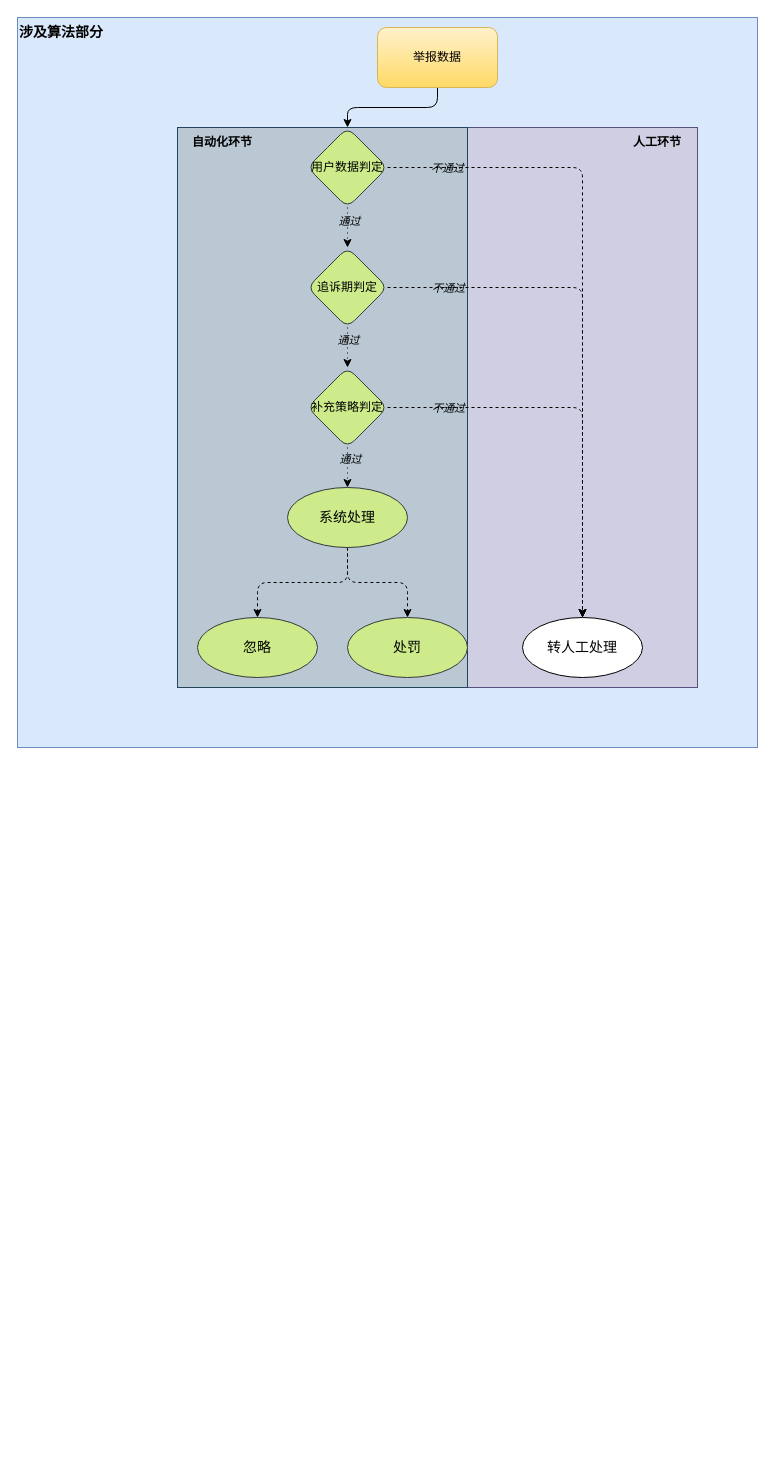
startarhwa/hello-world keeps this draw.io diagram as app.diagrams.net/Untitled Diagram.drawio. Above is the earlier version. Source tidied: cells renumbered, new cells numbered last; positions are measured from the earlier drawing's top-left corner, leaving out a move shared by most shapes. Both pictures are drawn from the tidied source at 100%, with x=0, y=0 at pixel (17, 17).
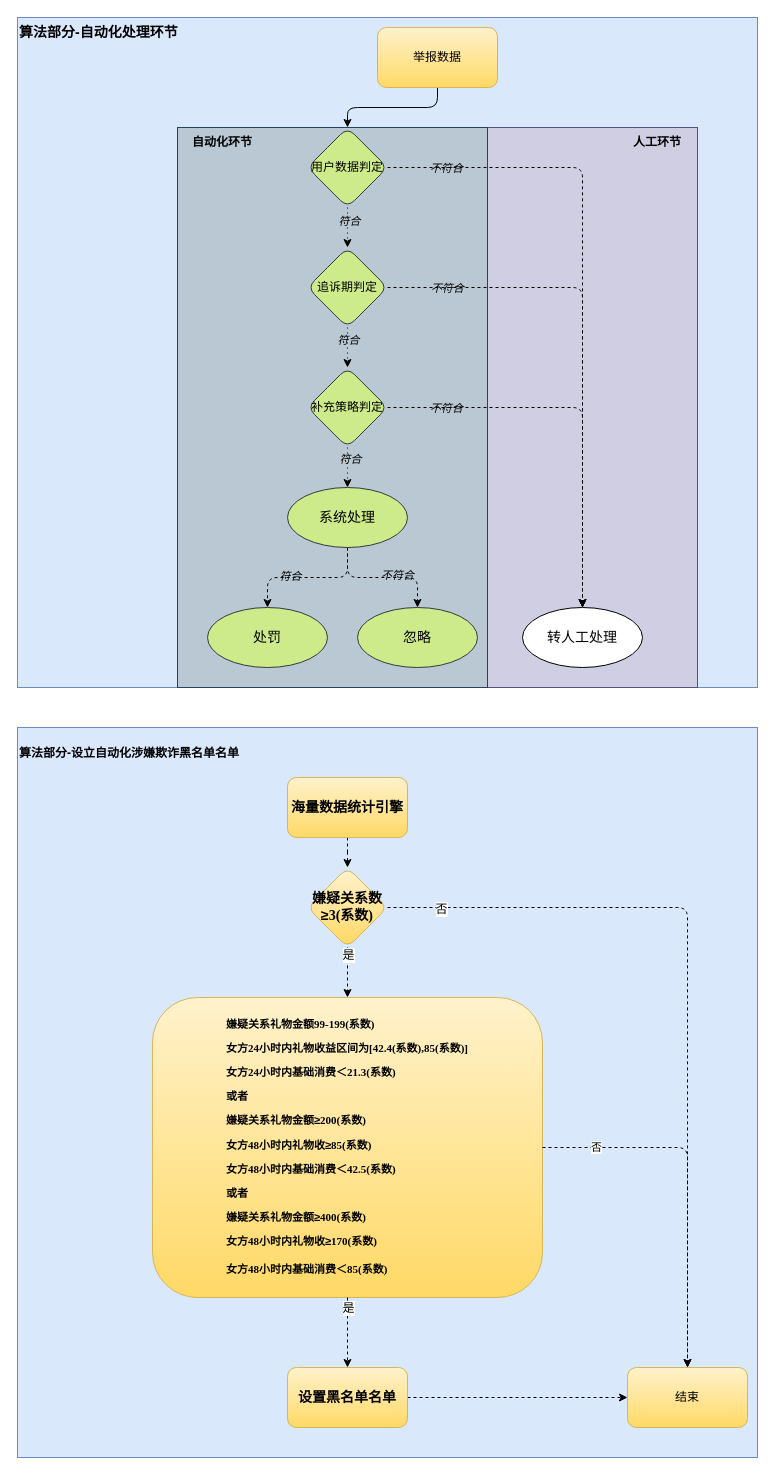
The same page after the edit.

The change refers to these unchanged cells:
```xml
<mxCell id="9" style="edgeStyle=orthogonalEdgeStyle;rounded=0;jettySize=auto;html=1;entryX=0.5;entryY=0;entryDx=0;entryDy=0;dashed=1;dashPattern=1 4;" parent="1" edge="1" source="13" target="18">
  <mxGeometry relative="1" as="geometry" />
</mxCell>
<mxCell id="11" style="edgeStyle=orthogonalEdgeStyle;rounded=1;jettySize=auto;html=1;entryX=0.5;entryY=0;entryDx=0;entryDy=0;labelBackgroundColor=default;dashed=1;" parent="1" edge="1" source="13" target="27">
  <mxGeometry relative="1" as="geometry" />
</mxCell>
<mxCell id="14" style="edgeStyle=orthogonalEdgeStyle;rounded=0;jettySize=auto;html=1;dashed=1;dashPattern=1 4;" parent="1" edge="1" source="18" target="23">
  <mxGeometry relative="1" as="geometry" />
</mxCell>
<mxCell id="16" style="edgeStyle=orthogonalEdgeStyle;rounded=1;jettySize=auto;html=1;entryX=0.5;entryY=0;entryDx=0;entryDy=0;dashed=1;" parent="1" edge="1" source="18" target="27">
  <mxGeometry relative="1" as="geometry" />
</mxCell>
<mxCell id="19" style="edgeStyle=orthogonalEdgeStyle;rounded=0;jettySize=auto;html=1;dashed=1;dashPattern=1 4;" parent="1" edge="1" source="23" target="26">
  <mxGeometry relative="1" as="geometry" />
</mxCell>
<mxCell id="21" style="edgeStyle=orthogonalEdgeStyle;rounded=1;jettySize=auto;html=1;dashed=1;entryX=0.5;entryY=0;entryDx=0;entryDy=0;" parent="1" edge="1" source="23" target="27">
  <mxGeometry relative="1" as="geometry" />
</mxCell>
<mxCell id="24" style="edgeStyle=orthogonalEdgeStyle;rounded=1;jettySize=auto;html=1;labelBackgroundColor=default;dashed=1;" parent="1" edge="1" source="26" target="30">
  <mxGeometry relative="1" as="geometry" />
</mxCell>
<mxCell id="25" style="edgeStyle=orthogonalEdgeStyle;rounded=1;jettySize=auto;html=1;labelBackgroundColor=default;dashed=1;" parent="1" edge="1" source="26" target="31">
  <mxGeometry relative="1" as="geometry" />
</mxCell>
```

Diff of the diagram source:
```diff
@@
+    <mxCell id="32" value="&lt;p class=&quot;MsoNormal&quot; style=&quot;font-size: 12px&quot;&gt;&lt;span style=&quot;font-size: 12px&quot;&gt;&lt;span style=&quot;font-size: 12px&quot;&gt;&lt;font face=&quot;宋体&quot; style=&quot;font-size: 12px ; line-height: 1.2&quot;&gt;算法部分-设立自动化涉嫌欺诈黑名单名单&lt;/font&gt;&lt;/span&gt;&lt;/span&gt;&lt;/p&gt;" style="rounded=0;whiteSpace=wrap;html=1;labelBackgroundColor=none;labelBorderColor=none;verticalAlign=top;align=left;fontStyle=1;fontSize=12;labelPosition=center;verticalLabelPosition=middle;fillColor=#dae8fc;strokeColor=#6c8ebf;" parent="1" vertex="1">
+      <mxGeometry y="710" width="740" height="730" as="geometry" />
+    </mxCell>
-    <mxCell id="2" value="涉及算法部分" style="text;html=1;strokeColor=#6c8ebf;fillColor=#dae8fc;align=left;verticalAlign=top;whiteSpace=wrap;fontSize=14;fontStyle=1;" parent="1" vertex="1">
-      <mxGeometry width="740" height="730" as="geometry" />
+    <mxCell id="2" value="算法部分-自动化处理环节" style="text;html=1;strokeColor=#6c8ebf;fillColor=#dae8fc;align=left;verticalAlign=top;whiteSpace=wrap;fontSize=14;fontStyle=1;" parent="1" vertex="1">
+      <mxGeometry width="740" height="670" as="geometry" />
     </mxCell>
@@
     <mxCell id="6" style="rounded=0;whiteSpace=wrap;html=1;fillColor=#bac8d3;strokeColor=#23445d;" parent="1" vertex="1">
-      <mxGeometry x="160" y="110" width="290" height="560" as="geometry" />
+      <mxGeometry x="160" y="110" width="310" height="560" as="geometry" />
     </mxCell>
@@
-    <mxCell id="10" value="通过" style="edgeLabel;html=1;align=center;verticalAlign=middle;labelBackgroundColor=none;fontStyle=2;" parent="9" vertex="1">
+    <mxCell id="10" value="符合" style="edgeLabel;html=1;align=center;verticalAlign=middle;labelBackgroundColor=none;fontStyle=2;" parent="9" vertex="1">
       <mxGeometry x="-0.36" y="1" relative="1" as="geometry" />
     </mxCell>
@@
-    <mxCell id="12" value="不通过" style="edgeLabel;align=center;verticalAlign=middle;labelBackgroundColor=none;labelBorderColor=none;fontStyle=2;html=1;" parent="11" vertex="1">
+    <mxCell id="12" value="不符合" style="edgeLabel;align=center;verticalAlign=middle;labelBackgroundColor=none;labelBorderColor=none;fontStyle=2;html=1;" parent="11" vertex="1">
       <mxGeometry x="-0.83" relative="1" as="geometry">
         <mxPoint x="4" as="offset" />
       </mxGeometry>
     </mxCell>
@@
-    <mxCell id="15" value="通过" style="edgeLabel;html=1;align=center;verticalAlign=middle;labelBackgroundColor=none;fontStyle=2;" parent="14" vertex="1">
+    <mxCell id="15" value="符合" style="edgeLabel;html=1;align=center;verticalAlign=middle;labelBackgroundColor=none;fontStyle=2;" parent="14" vertex="1">
       <mxGeometry x="-0.38" relative="1" as="geometry" />
     </mxCell>
@@
-    <mxCell id="17" value="不通过" style="edgeLabel;html=1;align=center;verticalAlign=middle;labelBackgroundColor=none;fontStyle=2;" parent="16" vertex="1">
+    <mxCell id="17" value="不符合" style="edgeLabel;html=1;align=center;verticalAlign=middle;labelBackgroundColor=none;fontStyle=2;" parent="16" vertex="1">
       <mxGeometry x="-0.79" y="-3" relative="1" as="geometry">
         <mxPoint x="5" y="-3" as="offset" />
       </mxGeometry>
     </mxCell>
@@
-    <mxCell id="20" value="通过" style="edgeLabel;html=1;align=center;verticalAlign=middle;labelBackgroundColor=none;fontStyle=2;" parent="19" vertex="1">
+    <mxCell id="20" value="符合" style="edgeLabel;html=1;align=center;verticalAlign=middle;labelBackgroundColor=none;fontStyle=2;" parent="19" vertex="1">
       <mxGeometry x="-0.43" y="2" relative="1" as="geometry" />
     </mxCell>
@@
-    <mxCell id="22" value="不通过" style="edgeLabel;html=1;align=center;verticalAlign=middle;labelBackgroundColor=none;fontStyle=2;" parent="21" vertex="1">
+    <mxCell id="22" value="不符合" style="edgeLabel;html=1;align=center;verticalAlign=middle;labelBackgroundColor=none;fontStyle=2;" parent="21" vertex="1">
       <mxGeometry x="-0.71" y="1" relative="1" as="geometry">
         <mxPoint x="1" y="1" as="offset" />
       </mxGeometry>
     </mxCell>
@@
+    <mxCell id="33" value="不符合" style="edgeLabel;html=1;align=center;verticalAlign=middle;labelBackgroundColor=none;fontStyle=2;" parent="24" vertex="1">
+      <mxGeometry x="0.22" y="3" relative="1" as="geometry" />
+    </mxCell>
@@
+    <mxCell id="34" value="&lt;span style=&quot;&quot;&gt;符合&lt;/span&gt;" style="edgeLabel;html=1;align=center;verticalAlign=middle;labelBackgroundColor=none;fontStyle=2;" parent="25" vertex="1">
+      <mxGeometry x="0.25" y="-2" relative="1" as="geometry" />
+    </mxCell>
@@
     <mxCell id="27" value="&lt;span style=&quot;font-size: 14px&quot;&gt;转人工处理&lt;/span&gt;" style="ellipse;whiteSpace=wrap;html=1;rounded=1;" parent="1" vertex="1">
-      <mxGeometry x="505" y="600" width="120" height="60" as="geometry" />
+      <mxGeometry x="505" y="590" width="120" height="60" as="geometry" />
     </mxCell>
@@
     <mxCell id="30" value="&lt;p class=&quot;MsoNormal&quot;&gt;&lt;span&gt;&lt;span style=&quot;font-size: 10.5000pt&quot;&gt;&lt;font face=&quot;宋体&quot;&gt;忽略&lt;/font&gt;&lt;/span&gt;&lt;/span&gt;&lt;/p&gt;" style="ellipse;whiteSpace=wrap;html=1;rounded=1;fillColor=#cdeb8b;strokeColor=#36393d;fontStyle=0;" parent="1" vertex="1">
-      <mxGeometry x="180" y="600" width="120" height="60" as="geometry" />
+      <mxGeometry x="340" y="590" width="120" height="60" as="geometry" />
     </mxCell>
     <mxCell id="31" value="&lt;p class=&quot;MsoNormal&quot;&gt;&lt;span&gt;&lt;span style=&quot;font-size: 10.5000pt&quot;&gt;&lt;font face=&quot;宋体&quot;&gt;处罚&lt;/font&gt;&lt;/span&gt;&lt;/span&gt;&lt;/p&gt;" style="ellipse;whiteSpace=wrap;html=1;rounded=1;fillColor=#cdeb8b;strokeColor=#36393d;fontStyle=0;" parent="1" vertex="1">
-      <mxGeometry x="330" y="600" width="120" height="60" as="geometry" />
+      <mxGeometry x="190" y="590" width="120" height="60" as="geometry" />
     </mxCell>
+    <mxCell id="35" style="edgeStyle=orthogonalEdgeStyle;rounded=1;jettySize=auto;html=1;dashed=1;labelBackgroundColor=default;fontSize=12;" parent="1" edge="1" source="36" target="41">
+      <mxGeometry relative="1" as="geometry" />
+    </mxCell>
+    <mxCell id="36" value="&lt;p class=&quot;MsoNormal&quot;&gt;&lt;b&gt;&lt;span style=&quot;font-size: 10.5000pt&quot;&gt;&lt;font face=&quot;宋体&quot;&gt;海量数据统计引擎&lt;/font&gt;&lt;/span&gt;&lt;/b&gt;&lt;/p&gt;" style="rounded=1;whiteSpace=wrap;html=1;fillColor=#fff2cc;gradientColor=#ffd966;strokeColor=#d6b656;" parent="1" vertex="1">
+      <mxGeometry x="270" y="760" width="120" height="60" as="geometry" />
+    </mxCell>
+    <mxCell id="37" style="edgeStyle=orthogonalEdgeStyle;rounded=1;jettySize=auto;html=1;dashed=1;labelBackgroundColor=default;fontSize=12;" parent="1" edge="1" source="41" target="42">
+      <mxGeometry relative="1" as="geometry" />
+    </mxCell>
+    <mxCell id="38" value="否" style="edgeLabel;html=1;align=center;verticalAlign=middle;fontSize=12;" parent="37" vertex="1">
+      <mxGeometry x="-0.86" y="-1" relative="1" as="geometry" />
+    </mxCell>
+    <mxCell id="39" style="edgeStyle=orthogonalEdgeStyle;rounded=1;jettySize=auto;html=1;dashed=1;labelBackgroundColor=default;fontSize=12;" parent="1" edge="1" source="41" target="45">
+      <mxGeometry relative="1" as="geometry" />
+    </mxCell>
+    <mxCell id="40" value="是" style="edgeLabel;html=1;align=center;verticalAlign=middle;fontSize=12;" parent="39" vertex="1">
+      <mxGeometry x="-0.72" relative="1" as="geometry" />
+    </mxCell>
+    <mxCell id="41" value="&lt;p class=&quot;MsoNormal&quot;&gt;&lt;b&gt;&lt;span style=&quot;font-size: 10.5000pt&quot;&gt;&lt;font face=&quot;宋体&quot;&gt;嫌疑关系数&lt;/font&gt;≥&lt;font face=&quot;Times New Roman&quot;&gt;3(&lt;/font&gt;&lt;font face=&quot;宋体&quot;&gt;系数&lt;/font&gt;&lt;font face=&quot;Times New Roman&quot;&gt;)&lt;/font&gt;&lt;/span&gt;&lt;/b&gt;&lt;/p&gt;" style="rhombus;whiteSpace=wrap;html=1;fillColor=#fff2cc;strokeColor=#d6b656;rounded=1;gradientColor=#ffd966;" parent="1" vertex="1">
+      <mxGeometry x="290" y="850" width="80" height="80" as="geometry" />
+    </mxCell>
+    <mxCell id="42" value="结束" style="whiteSpace=wrap;html=1;fillColor=#fff2cc;strokeColor=#d6b656;rounded=1;gradientColor=#ffd966;" parent="1" vertex="1">
+      <mxGeometry x="610" y="1350" width="120" height="60" as="geometry" />
+    </mxCell>
+    <mxCell id="43" style="edgeStyle=orthogonalEdgeStyle;rounded=1;jettySize=auto;html=1;dashed=1;labelBackgroundColor=default;fontSize=11;entryX=0;entryY=0.5;entryDx=0;entryDy=0;" parent="1" edge="1" source="44" target="42">
+      <mxGeometry relative="1" as="geometry" />
+    </mxCell>
+    <mxCell id="44" value="&lt;p class=&quot;MsoNormal&quot;&gt;&lt;b&gt;&lt;span style=&quot;font-size: 10.5000pt&quot;&gt;&lt;font face=&quot;宋体&quot;&gt;设置黑名单名单&lt;/font&gt;&lt;/span&gt;&lt;/b&gt;&lt;/p&gt;" style="rounded=1;whiteSpace=wrap;html=1;fillColor=#fff2cc;gradientColor=#ffd966;strokeColor=#d6b656;" parent="1" vertex="1">
+      <mxGeometry x="270" y="1350" width="120" height="60" as="geometry" />
+    </mxCell>
+    <mxCell id="45" value="&lt;p class=&quot;MsoNormal&quot; style=&quot;text-align: left ; font-size: 11px&quot;&gt;&lt;font style=&quot;font-size: 11px&quot;&gt;&lt;b style=&quot;font-size: 11px&quot;&gt;&lt;span style=&quot;font-size: 11px&quot;&gt;&lt;font face=&quot;宋体&quot; style=&quot;font-size: 11px&quot;&gt;嫌疑关系礼物金额&lt;/font&gt;&lt;font face=&quot;Times New Roman&quot; style=&quot;font-size: 11px&quot;&gt;99-199(&lt;/font&gt;&lt;font face=&quot;宋体&quot; style=&quot;font-size: 11px&quot;&gt;系数&lt;/font&gt;&lt;font face=&quot;Times New Roman&quot; style=&quot;font-size: 11px&quot;&gt;)&lt;/font&gt;&lt;/span&gt;&lt;/b&gt;&lt;b style=&quot;font-size: 11px&quot;&gt;&lt;span style=&quot;font-size: 11px&quot;&gt;&lt;/span&gt;&lt;/b&gt;&lt;/font&gt;&lt;/p&gt;&lt;p class=&quot;MsoNormal&quot; style=&quot;text-align: left ; font-size: 11px&quot;&gt;&lt;font style=&quot;font-size: 11px&quot;&gt;&lt;b style=&quot;font-size: 11px&quot;&gt;&lt;span style=&quot;font-size: 11px&quot;&gt;&lt;font face=&quot;宋体&quot; style=&quot;font-size: 11px&quot;&gt;女方&lt;/font&gt;&lt;font face=&quot;Times New Roman&quot; style=&quot;font-size: 11px&quot;&gt;24&lt;/font&gt;&lt;font face=&quot;宋体&quot; style=&quot;font-size: 11px&quot;&gt;小时内礼物收益区间为&lt;/font&gt;&lt;font face=&quot;Times New Roman&quot; style=&quot;font-size: 11px&quot;&gt;[42.4(&lt;/font&gt;&lt;font face=&quot;宋体&quot; style=&quot;font-size: 11px&quot;&gt;系数&lt;/font&gt;&lt;font face=&quot;Times New Roman&quot; style=&quot;font-size: 11px&quot;&gt;),85(&lt;/font&gt;&lt;font face=&quot;宋体&quot; style=&quot;font-size: 11px&quot;&gt;系数&lt;/font&gt;&lt;font face=&quot;Times New Roman&quot; style=&quot;font-size: 11px&quot;&gt;)]&lt;/font&gt;&lt;/span&gt;&lt;/b&gt;&lt;b style=&quot;font-size: 11px&quot;&gt;&lt;span style=&quot;font-size: 11px&quot;&gt;&lt;/span&gt;&lt;/b&gt;&lt;/font&gt;&lt;/p&gt;&lt;p class=&quot;MsoNormal&quot; style=&quot;text-align: left ; font-size: 11px&quot;&gt;&lt;font style=&quot;font-size: 11px&quot;&gt;&lt;b style=&quot;font-size: 11px&quot;&gt;&lt;span style=&quot;font-size: 11px&quot;&gt;&lt;font face=&quot;宋体&quot; style=&quot;font-size: 11px&quot;&gt;女方&lt;/font&gt;&lt;font face=&quot;Times New Roman&quot; style=&quot;font-size: 11px&quot;&gt;24&lt;/font&gt;&lt;font face=&quot;宋体&quot; style=&quot;font-size: 11px&quot;&gt;小时内基础消费＜&lt;/font&gt;&lt;font face=&quot;Times New Roman&quot; style=&quot;font-size: 11px&quot;&gt;21.3(&lt;/font&gt;&lt;font face=&quot;宋体&quot; style=&quot;font-size: 11px&quot;&gt;系数&lt;/font&gt;&lt;font face=&quot;Times New Roman&quot; style=&quot;font-size: 11px&quot;&gt;)&lt;/font&gt;&lt;/span&gt;&lt;/b&gt;&lt;b style=&quot;font-size: 11px&quot;&gt;&lt;span style=&quot;font-size: 11px&quot;&gt;&lt;/span&gt;&lt;/b&gt;&lt;/font&gt;&lt;/p&gt;&lt;p class=&quot;MsoNormal&quot; style=&quot;text-align: left ; font-size: 11px&quot;&gt;&lt;font face=&quot;Times New Roman&quot;&gt;&lt;b&gt;或者&lt;/b&gt;&lt;/font&gt;&lt;/p&gt;&lt;p class=&quot;MsoNormal&quot; style=&quot;text-align: left ; font-size: 11px&quot;&gt;&lt;font style=&quot;font-size: 11px&quot;&gt;&lt;b style=&quot;font-size: 11px&quot;&gt;&lt;span style=&quot;font-size: 11px&quot;&gt;&lt;font face=&quot;宋体&quot; style=&quot;font-size: 11px&quot;&gt;嫌疑关系礼物金额&lt;/font&gt;≥&lt;font face=&quot;Times New Roman&quot; style=&quot;font-size: 11px&quot;&gt;200(&lt;/font&gt;&lt;font face=&quot;宋体&quot; style=&quot;font-size: 11px&quot;&gt;系数&lt;/font&gt;&lt;font face=&quot;Times New Roman&quot; style=&quot;font-size: 11px&quot;&gt;)&lt;/font&gt;&lt;/span&gt;&lt;/b&gt;&lt;b style=&quot;font-size: 11px&quot;&gt;&lt;span style=&quot;font-size: 11px&quot;&gt;&lt;/span&gt;&lt;/b&gt;&lt;/font&gt;&lt;/p&gt;&lt;p class=&quot;MsoNormal&quot; style=&quot;text-align: left ; font-size: 11px&quot;&gt;&lt;font style=&quot;font-size: 11px&quot;&gt;&lt;b style=&quot;font-size: 11px&quot;&gt;&lt;span style=&quot;font-size: 11px&quot;&gt;&lt;font face=&quot;宋体&quot; style=&quot;font-size: 11px&quot;&gt;女方&lt;/font&gt;&lt;font face=&quot;Times New Roman&quot; style=&quot;font-size: 11px&quot;&gt;48&lt;/font&gt;&lt;font face=&quot;宋体&quot; style=&quot;font-size: 11px&quot;&gt;小时内礼物收≥&lt;/font&gt;&lt;font face=&quot;Times New Roman&quot; style=&quot;font-size: 11px&quot;&gt;85(&lt;/font&gt;&lt;font face=&quot;宋体&quot; style=&quot;font-size: 11px&quot;&gt;系数&lt;/font&gt;&lt;font face=&quot;Times New Roman&quot; style=&quot;font-size: 11px&quot;&gt;)&lt;/font&gt;&lt;/span&gt;&lt;/b&gt;&lt;b style=&quot;font-size: 11px&quot;&gt;&lt;span style=&quot;font-size: 11px&quot;&gt;&lt;/span&gt;&lt;/b&gt;&lt;/font&gt;&lt;/p&gt;&lt;p class=&quot;MsoNormal&quot; style=&quot;text-align: left ; font-size: 11px&quot;&gt;&lt;font style=&quot;font-size: 11px&quot;&gt;&lt;b style=&quot;font-size: 11px&quot;&gt;&lt;span style=&quot;font-size: 11px&quot;&gt;&lt;font face=&quot;宋体&quot; style=&quot;font-size: 11px&quot;&gt;女方&lt;/font&gt;&lt;font face=&quot;Times New Roman&quot; style=&quot;font-size: 11px&quot;&gt;48&lt;/font&gt;&lt;font face=&quot;宋体&quot; style=&quot;font-size: 11px&quot;&gt;小时内基础消费＜&lt;/font&gt;&lt;font face=&quot;Times New Roman&quot; style=&quot;font-size: 11px&quot;&gt;42.5(&lt;/font&gt;&lt;font face=&quot;宋体&quot; style=&quot;font-size: 11px&quot;&gt;系数&lt;/font&gt;&lt;font face=&quot;Times New Roman&quot; style=&quot;font-size: 11px&quot;&gt;)&lt;/font&gt;&lt;/span&gt;&lt;/b&gt;&lt;b style=&quot;font-size: 11px&quot;&gt;&lt;span style=&quot;font-size: 11px&quot;&gt;&lt;/span&gt;&lt;/b&gt;&lt;/font&gt;&lt;/p&gt;&lt;p class=&quot;MsoNormal&quot; style=&quot;text-align: left ; font-size: 11px&quot;&gt;&lt;b style=&quot;font-family: &amp;#34;times new roman&amp;#34;&quot;&gt;或者&lt;/b&gt;&lt;br&gt;&lt;/p&gt;&lt;p class=&quot;MsoNormal&quot; style=&quot;text-align: left ; font-size: 11px&quot;&gt;&lt;font style=&quot;font-size: 11px&quot;&gt;&lt;b style=&quot;font-size: 11px&quot;&gt;&lt;span style=&quot;font-size: 11px&quot;&gt;&lt;font face=&quot;宋体&quot; style=&quot;font-size: 11px&quot;&gt;嫌疑关系礼物金额&lt;/font&gt;≥&lt;font face=&quot;Times New Roman&quot; style=&quot;font-size: 11px&quot;&gt;400(&lt;/font&gt;&lt;font face=&quot;宋体&quot; style=&quot;font-size: 11px&quot;&gt;系数&lt;/font&gt;&lt;font face=&quot;Times New Roman&quot; style=&quot;font-size: 11px&quot;&gt;)&lt;/font&gt;&lt;/span&gt;&lt;/b&gt;&lt;b style=&quot;font-size: 11px&quot;&gt;&lt;span style=&quot;font-size: 11px&quot;&gt;&lt;/span&gt;&lt;/b&gt;&lt;/font&gt;&lt;/p&gt;&lt;p class=&quot;MsoNormal&quot; style=&quot;text-align: left ; font-size: 11px&quot;&gt;&lt;font style=&quot;font-size: 11px&quot;&gt;&lt;b style=&quot;font-size: 11px&quot;&gt;&lt;span style=&quot;font-size: 11px&quot;&gt;&lt;font face=&quot;宋体&quot; style=&quot;font-size: 11px&quot;&gt;女方&lt;/font&gt;&lt;font face=&quot;Times New Roman&quot; style=&quot;font-size: 11px&quot;&gt;48&lt;/font&gt;&lt;font face=&quot;宋体&quot; style=&quot;font-size: 11px&quot;&gt;小时内礼物收≥&lt;/font&gt;&lt;font face=&quot;Times New Roman&quot; style=&quot;font-size: 11px&quot;&gt;170(&lt;/font&gt;&lt;font face=&quot;宋体&quot; style=&quot;font-size: 11px&quot;&gt;系数&lt;/font&gt;&lt;font face=&quot;Times New Roman&quot; style=&quot;font-size: 11px&quot;&gt;)&lt;/font&gt;&lt;/span&gt;&lt;/b&gt;&lt;b style=&quot;font-size: 11px&quot;&gt;&lt;span style=&quot;font-size: 11px&quot;&gt;&lt;/span&gt;&lt;/b&gt;&lt;/font&gt;&lt;/p&gt;&lt;p class=&quot;MsoNormal&quot; style=&quot;text-align: left ; font-size: 11px&quot;&gt;&lt;b style=&quot;font-size: 11px&quot;&gt;&lt;span style=&quot;font-size: 11px&quot;&gt;&lt;font style=&quot;font-size: 11px&quot;&gt;&lt;font face=&quot;宋体&quot; style=&quot;font-size: 11px&quot;&gt;女方&lt;/font&gt;&lt;font face=&quot;Times New Roman&quot; style=&quot;font-size: 11px&quot;&gt;48&lt;/font&gt;&lt;font face=&quot;宋体&quot; style=&quot;font-size: 11px&quot;&gt;小时内基础消费＜&lt;/font&gt;&lt;font face=&quot;Times New Roman&quot; style=&quot;font-size: 11px&quot;&gt;85(&lt;/font&gt;&lt;font face=&quot;宋体&quot; style=&quot;font-size: 11px&quot;&gt;系数&lt;/font&gt;&lt;font face=&quot;Times New Roman&quot; style=&quot;font-size: 11px&quot;&gt;)&lt;/font&gt;&lt;/font&gt;&lt;/span&gt;&lt;/b&gt;&lt;b style=&quot;font-size: 15px&quot;&gt;&lt;span style=&quot;font-size: 10.5000pt&quot;&gt;&lt;/span&gt;&lt;/b&gt;&lt;/p&gt;" style="whiteSpace=wrap;html=1;fillColor=#fff2cc;strokeColor=#d6b656;rounded=1;gradientColor=#ffd966;" parent="1" vertex="1">
+      <mxGeometry x="135" y="980" width="390" height="300" as="geometry" />
+    </mxCell>
+    <mxCell id="46" style="edgeStyle=orthogonalEdgeStyle;rounded=1;jettySize=auto;html=1;dashed=1;labelBackgroundColor=default;fontSize=11;entryX=0.5;entryY=0;entryDx=0;entryDy=0;exitX=1;exitY=0.5;exitDx=0;exitDy=0;" parent="1" edge="1" source="45" target="42">
+      <mxGeometry relative="1" as="geometry" />
+    </mxCell>
+    <mxCell id="47" value="否" style="edgeLabel;html=1;align=center;verticalAlign=middle;fontSize=11;" parent="46" vertex="1">
+      <mxGeometry x="-0.71" y="1" relative="1" as="geometry" />
+    </mxCell>
+    <mxCell id="48" style="edgeStyle=orthogonalEdgeStyle;rounded=1;jettySize=auto;html=1;dashed=1;labelBackgroundColor=default;fontSize=12;exitX=0.5;exitY=1;exitDx=0;exitDy=0;entryX=0.5;entryY=0;entryDx=0;entryDy=0;" parent="1" edge="1" source="45" target="44">
+      <mxGeometry relative="1" as="geometry" />
+    </mxCell>
+    <mxCell id="49" value="是" style="edgeLabel;html=1;align=center;verticalAlign=middle;fontSize=12;" parent="48" vertex="1">
+      <mxGeometry x="-0.72" relative="1" as="geometry" />
+    </mxCell>
```
